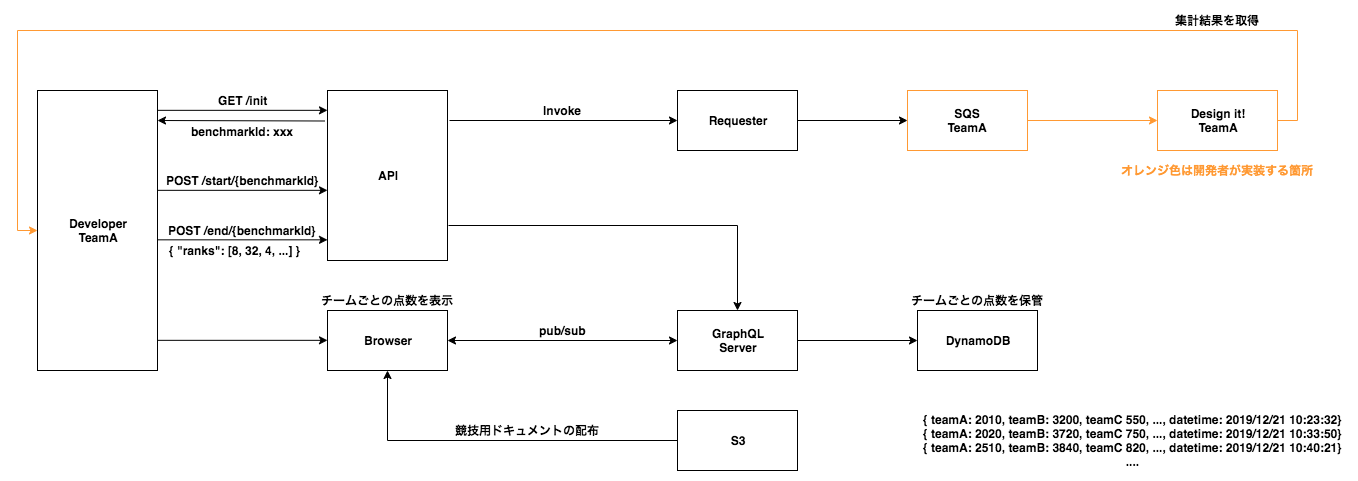
The draw.io diagram score-board.png in serverless-workshops/voting-workshop, before a commit. Source tidied: cells renumbered, new cells last; positions are measured from the earlier drawing's top-left corner, leaving out a move shared by most shapes. Source of this version:
```xml
<mxGraphModel>
  <root>
    <mxCell id="0" />
    <mxCell id="1" parent="0" />
    <mxCell id="2" style="edgeStyle=orthogonalEdgeStyle;rounded=0;jettySize=auto;html=1;exitX=1;exitY=0.5;exitDx=0;exitDy=0;" parent="1" edge="1" source="3" target="8">
      <mxGeometry relative="1" as="geometry" />
    </mxCell>
    <mxCell id="3" value="&lt;b&gt;Requester&lt;/b&gt;" style="rounded=0;whiteSpace=wrap;html=1;" parent="1" vertex="1">
      <mxGeometry x="660" y="80" width="120" height="60" as="geometry" />
    </mxCell>
    <mxCell id="4" style="edgeStyle=orthogonalEdgeStyle;rounded=0;jettySize=auto;html=1;exitX=1;exitY=0.5;exitDx=0;exitDy=0;entryX=0;entryY=0.5;entryDx=0;entryDy=0;" parent="1" edge="1" source="5" target="6">
      <mxGeometry relative="1" as="geometry" />
    </mxCell>
    <mxCell id="5" value="&lt;b&gt;GraphQL&lt;br&gt;Server&lt;br&gt;&lt;/b&gt;" style="rounded=0;whiteSpace=wrap;html=1;" parent="1" vertex="1">
      <mxGeometry x="660" y="300" width="120" height="60" as="geometry" />
    </mxCell>
    <mxCell id="6" value="&lt;b&gt;DynamoDB&lt;br&gt;&lt;/b&gt;" style="rounded=0;whiteSpace=wrap;html=1;" parent="1" vertex="1">
      <mxGeometry x="900" y="300" width="120" height="60" as="geometry" />
    </mxCell>
    <mxCell id="7" style="edgeStyle=orthogonalEdgeStyle;rounded=0;jettySize=auto;html=1;exitX=1;exitY=0.5;exitDx=0;exitDy=0;strokeColor=#FF9933;" parent="1" edge="1" source="8" target="19">
      <mxGeometry relative="1" as="geometry" />
    </mxCell>
    <mxCell id="8" value="&lt;b&gt;SQS&lt;br&gt;TeamA&lt;br&gt;&lt;/b&gt;" style="rounded=0;whiteSpace=wrap;html=1;strokeColor=#FF9933;" parent="1" vertex="1">
      <mxGeometry x="890" y="80" width="120" height="60" as="geometry" />
    </mxCell>
    <mxCell id="9" style="edgeStyle=orthogonalEdgeStyle;rounded=0;jettySize=auto;html=1;" parent="1" edge="1" target="3">
      <mxGeometry relative="1" as="geometry">
        <mxPoint x="432" y="110" as="sourcePoint" />
      </mxGeometry>
    </mxCell>
    <mxCell id="10" value="&lt;b&gt;Developer&lt;br&gt;TeamA&lt;br&gt;&lt;/b&gt;" style="rounded=0;whiteSpace=wrap;html=1;" parent="1" vertex="1">
      <mxGeometry x="20" y="80" width="120" height="280" as="geometry" />
    </mxCell>
    <mxCell id="11" value="&lt;b&gt;API&lt;br&gt;&lt;/b&gt;" style="rounded=0;whiteSpace=wrap;html=1;" parent="1" vertex="1">
      <mxGeometry x="310" y="80" width="120" height="170" as="geometry" />
    </mxCell>
    <mxCell id="12" style="edgeStyle=orthogonalEdgeStyle;rounded=0;jettySize=auto;html=1;exitX=1.008;exitY=0.794;exitDx=0;exitDy=0;exitPerimeter=0;" parent="1" edge="1" source="11" target="5">
      <mxGeometry relative="1" as="geometry" />
    </mxCell>
    <mxCell id="13" value="benchmarkId: xxx" style="text;html=1;align=center;verticalAlign=middle;fontStyle=1;" parent="1" vertex="1">
      <mxGeometry x="165" y="110.5" width="120" height="20" as="geometry" />
    </mxCell>
    <mxCell id="14" value="GET /init" style="text;html=1;align=center;verticalAlign=middle;fontStyle=1;" parent="1" vertex="1">
      <mxGeometry x="195" y="80" width="60" height="20" as="geometry" />
    </mxCell>
    <mxCell id="15" style="edgeStyle=orthogonalEdgeStyle;rounded=0;orthogonalLoop=1;jettySize=auto;html=1;exitX=1;exitY=0.118;exitDx=0;exitDy=0;entryX=0;entryY=0.25;entryDx=0;entryDy=0;exitPerimeter=0;" parent="1" edge="1">
      <mxGeometry relative="1" as="geometry">
        <mxPoint x="140" y="229.3" as="sourcePoint" />
        <mxPoint x="310" y="229.3" as="targetPoint" />
      </mxGeometry>
    </mxCell>
    <mxCell id="16" value="POST /end/{benchmarkId}" style="text;html=1;align=center;verticalAlign=middle;fontStyle=1;" parent="1" vertex="1">
      <mxGeometry x="145" y="210" width="160" height="20" as="geometry" />
    </mxCell>
    <mxCell id="17" value="{ &quot;ranks&quot;: [8, 32, 4, ...] }" style="text;html=1;align=left;verticalAlign=middle;fontStyle=1;" parent="1" vertex="1">
      <mxGeometry x="150" y="230" width="150" height="20" as="geometry" />
    </mxCell>
    <mxCell id="18" style="edgeStyle=orthogonalEdgeStyle;rounded=0;jettySize=auto;html=1;exitX=1;exitY=0.5;exitDx=0;exitDy=0;entryX=0;entryY=0.5;entryDx=0;entryDy=0;strokeColor=#FF9933;" parent="1" edge="1" source="19" target="10">
      <mxGeometry relative="1" as="geometry">
        <Array as="points">
          <mxPoint x="1280" y="110" />
          <mxPoint x="1280" y="20" />
          <mxPoint y="20" />
          <mxPoint y="220" />
        </Array>
      </mxGeometry>
    </mxCell>
    <mxCell id="19" value="&lt;b&gt;Design it!&lt;br&gt;TeamA&lt;br&gt;&lt;/b&gt;" style="rounded=0;whiteSpace=wrap;html=1;strokeColor=#FF9933;" parent="1" vertex="1">
      <mxGeometry x="1140" y="80" width="120" height="60" as="geometry" />
    </mxCell>
    <mxCell id="20" style="edgeStyle=orthogonalEdgeStyle;rounded=0;orthogonalLoop=1;jettySize=auto;html=1;exitX=1;exitY=0.118;exitDx=0;exitDy=0;entryX=0;entryY=0.25;entryDx=0;entryDy=0;exitPerimeter=0;" parent="1" edge="1">
      <mxGeometry relative="1" as="geometry">
        <mxPoint x="140" y="99.8" as="sourcePoint" />
        <mxPoint x="310" y="99.8" as="targetPoint" />
      </mxGeometry>
    </mxCell>
    <mxCell id="21" style="edgeStyle=orthogonalEdgeStyle;rounded=0;orthogonalLoop=1;jettySize=auto;html=1;exitX=1;exitY=0.118;exitDx=0;exitDy=0;entryX=0;entryY=0.25;entryDx=0;entryDy=0;exitPerimeter=0;" parent="1" edge="1">
      <mxGeometry relative="1" as="geometry">
        <mxPoint x="140" y="329.8" as="sourcePoint" />
        <mxPoint x="310" y="329.8" as="targetPoint" />
      </mxGeometry>
    </mxCell>
    <mxCell id="22" value="&lt;b&gt;Browser&lt;br&gt;&lt;/b&gt;" style="rounded=0;whiteSpace=wrap;html=1;" parent="1" vertex="1">
      <mxGeometry x="310" y="300" width="120" height="60" as="geometry" />
    </mxCell>
    <mxCell id="23" style="endArrow=classic;startArrow=classic;html=1;entryX=0;entryY=0.5;entryDx=0;entryDy=0;" parent="1" edge="1" target="5">
      <mxGeometry relative="1" as="geometry">
        <mxPoint x="430" y="330" as="sourcePoint" />
      </mxGeometry>
    </mxCell>
    <mxCell id="24" value="&lt;b&gt;pub/sub&lt;/b&gt;" style="text;html=1;align=center;verticalAlign=middle;" parent="1" vertex="1">
      <mxGeometry x="515" y="310" width="60" height="20" as="geometry" />
    </mxCell>
    <mxCell id="25" value="&lt;b&gt;チームごとの点数を表示&lt;/b&gt;" style="text;html=1;align=center;verticalAlign=middle;" parent="1" vertex="1">
      <mxGeometry x="295" y="280" width="150" height="20" as="geometry" />
    </mxCell>
    <mxCell id="26" value="Invoke" style="text;html=1;align=center;verticalAlign=middle;fontStyle=1;" parent="1" vertex="1">
      <mxGeometry x="520" y="90" width="50" height="20" as="geometry" />
    </mxCell>
    <mxCell id="27" style="endArrow=classic;html=1;strokeColor=#000000;" parent="1" edge="1">
      <mxGeometry relative="1" as="geometry">
        <mxPoint x="307" y="110.5" as="sourcePoint" />
        <mxPoint x="140" y="110" as="targetPoint" />
      </mxGeometry>
    </mxCell>
    <mxCell id="28" value="&lt;b&gt;{ teamA: 2010, teamB: 3200, teamC 550, ..., datetime: 2019/12/21 10:23:32}&lt;br&gt;&lt;/b&gt;&lt;b&gt;{ teamA: 2020, teamB: 3720, teamC 750, ..., datetime: 2019/12/21 10:33:50}&lt;br&gt;&lt;/b&gt;&lt;b&gt;{ teamA: 2510, teamB: 3840, teamC 820, ..., datetime: 2019/12/21 10:40:21}&lt;/b&gt;&lt;b&gt;&lt;br&gt;&lt;/b&gt;&lt;b&gt;....&lt;br&gt;&lt;/b&gt;" style="text;html=1;align=center;verticalAlign=middle;" parent="1" vertex="1">
      <mxGeometry x="900" y="400" width="430" height="60" as="geometry" />
    </mxCell>
    <mxCell id="29" value="&lt;b&gt;集計結果を取得&lt;/b&gt;" style="text;html=1;align=center;verticalAlign=middle;" parent="1" vertex="1">
      <mxGeometry x="1150" width="100" height="20" as="geometry" />
    </mxCell>
    <mxCell id="30" style="edgeStyle=orthogonalEdgeStyle;rounded=0;jettySize=auto;html=1;exitX=0;exitY=0.5;exitDx=0;exitDy=0;entryX=0.5;entryY=1;entryDx=0;entryDy=0;strokeColor=#000000;" parent="1" edge="1" source="31" target="22">
      <mxGeometry relative="1" as="geometry" />
    </mxCell>
    <mxCell id="31" value="&lt;b&gt;S3&lt;br&gt;&lt;/b&gt;" style="rounded=0;whiteSpace=wrap;html=1;" parent="1" vertex="1">
      <mxGeometry x="660" y="400" width="120" height="60" as="geometry" />
    </mxCell>
    <mxCell id="32" value="&lt;b&gt;競技用ドキュメントの配布&lt;/b&gt;" style="text;html=1;align=center;verticalAlign=middle;" parent="1" vertex="1">
      <mxGeometry x="430" y="410" width="160" height="20" as="geometry" />
    </mxCell>
    <mxCell id="33" value="&lt;b&gt;チームごとの点数を保管&lt;/b&gt;" style="text;html=1;align=center;verticalAlign=middle;" parent="1" vertex="1">
      <mxGeometry x="885" y="280" width="150" height="20" as="geometry" />
    </mxCell>
    <mxCell id="34" value="&lt;b&gt;&lt;font color=&quot;#ff9933&quot;&gt;オレンジ色は開発者が実装する箇所&lt;/font&gt;&lt;/b&gt;" style="text;html=1;align=center;verticalAlign=middle;" parent="1" vertex="1">
      <mxGeometry x="1095" y="150" width="210" height="20" as="geometry" />
    </mxCell>
    <mxCell id="35" value="POST /start/{benchmarkId}" style="text;html=1;align=center;verticalAlign=middle;fontStyle=1;" parent="1" vertex="1">
      <mxGeometry x="140" y="160" width="170" height="20" as="geometry" />
    </mxCell>
    <mxCell id="36" style="edgeStyle=orthogonalEdgeStyle;rounded=0;orthogonalLoop=1;jettySize=auto;html=1;exitX=1;exitY=0.118;exitDx=0;exitDy=0;entryX=0;entryY=0.25;entryDx=0;entryDy=0;exitPerimeter=0;" parent="1" edge="1">
      <mxGeometry relative="1" as="geometry">
        <mxPoint x="140" y="179.8" as="sourcePoint" />
        <mxPoint x="310" y="179.8" as="targetPoint" />
      </mxGeometry>
    </mxCell>
  </root>
</mxGraphModel>
```
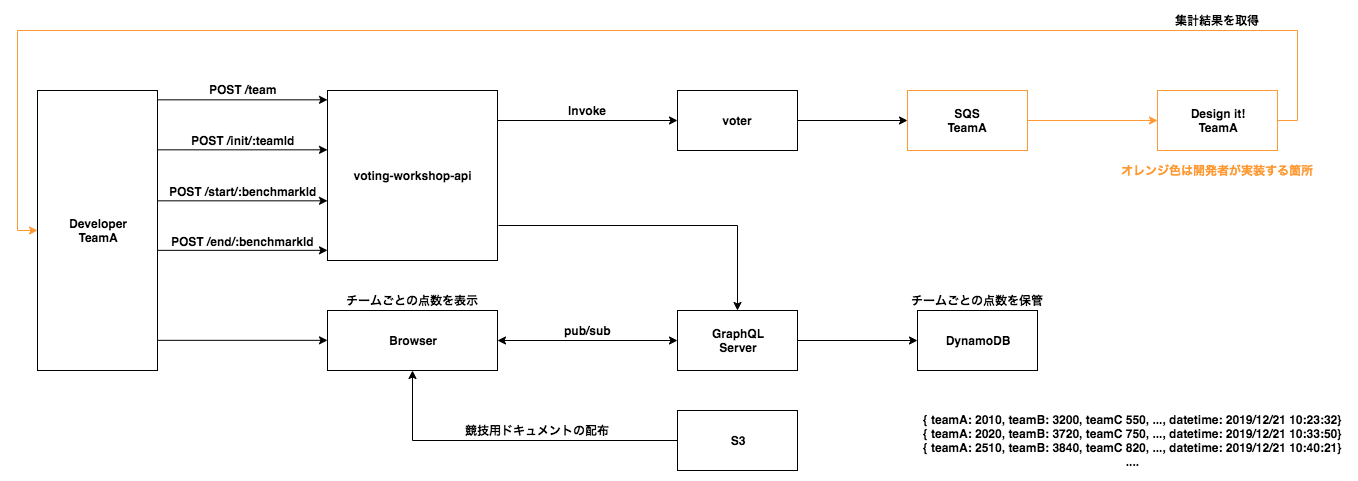
The same diagram one commit later.

Change to the diagram source:
```diff
@@ -5,7 +5,7 @@
     <mxCell id="2" style="edgeStyle=orthogonalEdgeStyle;rounded=0;jettySize=auto;html=1;exitX=1;exitY=0.5;exitDx=0;exitDy=0;" parent="1" edge="1" source="3" target="8">
       <mxGeometry relative="1" as="geometry" />
     </mxCell>
-    <mxCell id="3" value="&lt;b&gt;Requester&lt;/b&gt;" style="rounded=0;whiteSpace=wrap;html=1;" parent="1" vertex="1">
+    <mxCell id="3" value="&lt;b&gt;voter&lt;br&gt;&lt;/b&gt;" style="rounded=0;whiteSpace=wrap;html=1;" parent="1" vertex="1">
       <mxGeometry x="660" y="80" width="120" height="60" as="geometry" />
     </mxCell>
     <mxCell id="4" style="edgeStyle=orthogonalEdgeStyle;rounded=0;jettySize=auto;html=1;exitX=1;exitY=0.5;exitDx=0;exitDy=0;entryX=0;entryY=0.5;entryDx=0;entryDy=0;" parent="1" edge="1" source="5" target="6">
@@ -31,30 +31,24 @@
     <mxCell id="10" value="&lt;b&gt;Developer&lt;br&gt;TeamA&lt;br&gt;&lt;/b&gt;" style="rounded=0;whiteSpace=wrap;html=1;" parent="1" vertex="1">
       <mxGeometry x="20" y="80" width="120" height="280" as="geometry" />
     </mxCell>
-    <mxCell id="11" value="&lt;b&gt;API&lt;br&gt;&lt;/b&gt;" style="rounded=0;whiteSpace=wrap;html=1;" parent="1" vertex="1">
-      <mxGeometry x="310" y="80" width="120" height="170" as="geometry" />
+    <mxCell id="11" value="&lt;b&gt;voting-workshop-api&lt;br&gt;&lt;/b&gt;" style="rounded=0;whiteSpace=wrap;html=1;" parent="1" vertex="1">
+      <mxGeometry x="310" y="80" width="170" height="170" as="geometry" />
     </mxCell>
     <mxCell id="12" style="edgeStyle=orthogonalEdgeStyle;rounded=0;jettySize=auto;html=1;exitX=1.008;exitY=0.794;exitDx=0;exitDy=0;exitPerimeter=0;" parent="1" edge="1" source="11" target="5">
       <mxGeometry relative="1" as="geometry" />
     </mxCell>
-    <mxCell id="13" value="benchmarkId: xxx" style="text;html=1;align=center;verticalAlign=middle;fontStyle=1;" parent="1" vertex="1">
-      <mxGeometry x="165" y="110.5" width="120" height="20" as="geometry" />
-    </mxCell>
-    <mxCell id="14" value="GET /init" style="text;html=1;align=center;verticalAlign=middle;fontStyle=1;" parent="1" vertex="1">
-      <mxGeometry x="195" y="80" width="60" height="20" as="geometry" />
+    <mxCell id="14" value="POST /init/:teamId" style="text;html=1;align=center;verticalAlign=middle;fontStyle=1;" parent="1" vertex="1">
+      <mxGeometry x="165" y="119.5" width="120" height="20" as="geometry" />
     </mxCell>
     <mxCell id="15" style="edgeStyle=orthogonalEdgeStyle;rounded=0;orthogonalLoop=1;jettySize=auto;html=1;exitX=1;exitY=0.118;exitDx=0;exitDy=0;entryX=0;entryY=0.25;entryDx=0;entryDy=0;exitPerimeter=0;" parent="1" edge="1">
       <mxGeometry relative="1" as="geometry">
-        <mxPoint x="140" y="229.3" as="sourcePoint" />
-        <mxPoint x="310" y="229.3" as="targetPoint" />
+        <mxPoint x="140" y="239.8" as="sourcePoint" />
+        <mxPoint x="310" y="239.8" as="targetPoint" />
       </mxGeometry>
     </mxCell>
-    <mxCell id="16" value="POST /end/{benchmarkId}" style="text;html=1;align=center;verticalAlign=middle;fontStyle=1;" parent="1" vertex="1">
-      <mxGeometry x="145" y="210" width="160" height="20" as="geometry" />
+    <mxCell id="16" value="POST /end/:benchmarkId" style="text;html=1;align=center;verticalAlign=middle;fontStyle=1;" parent="1" vertex="1">
+      <mxGeometry x="145" y="220.5" width="160" height="20" as="geometry" />
     </mxCell>
-    <mxCell id="17" value="{ &quot;ranks&quot;: [8, 32, 4, ...] }" style="text;html=1;align=left;verticalAlign=middle;fontStyle=1;" parent="1" vertex="1">
-      <mxGeometry x="150" y="230" width="150" height="20" as="geometry" />
-    </mxCell>
     <mxCell id="18" style="edgeStyle=orthogonalEdgeStyle;rounded=0;jettySize=auto;html=1;exitX=1;exitY=0.5;exitDx=0;exitDy=0;entryX=0;entryY=0.5;entryDx=0;entryDy=0;strokeColor=#FF9933;" parent="1" edge="1" source="19" target="10">
       <mxGeometry relative="1" as="geometry">
         <Array as="points">
@@ -70,8 +64,8 @@
     </mxCell>
     <mxCell id="20" style="edgeStyle=orthogonalEdgeStyle;rounded=0;orthogonalLoop=1;jettySize=auto;html=1;exitX=1;exitY=0.118;exitDx=0;exitDy=0;entryX=0;entryY=0.25;entryDx=0;entryDy=0;exitPerimeter=0;" parent="1" edge="1">
       <mxGeometry relative="1" as="geometry">
-        <mxPoint x="140" y="99.8" as="sourcePoint" />
-        <mxPoint x="310" y="99.8" as="targetPoint" />
+        <mxPoint x="140" y="139.3" as="sourcePoint" />
+        <mxPoint x="310" y="139.3" as="targetPoint" />
       </mxGeometry>
     </mxCell>
     <mxCell id="21" style="edgeStyle=orthogonalEdgeStyle;rounded=0;orthogonalLoop=1;jettySize=auto;html=1;exitX=1;exitY=0.118;exitDx=0;exitDy=0;entryX=0;entryY=0.25;entryDx=0;entryDy=0;exitPerimeter=0;" parent="1" edge="1">
@@ -81,28 +75,22 @@
       </mxGeometry>
     </mxCell>
     <mxCell id="22" value="&lt;b&gt;Browser&lt;br&gt;&lt;/b&gt;" style="rounded=0;whiteSpace=wrap;html=1;" parent="1" vertex="1">
-      <mxGeometry x="310" y="300" width="120" height="60" as="geometry" />
+      <mxGeometry x="310" y="300" width="170" height="60" as="geometry" />
     </mxCell>
     <mxCell id="23" style="endArrow=classic;startArrow=classic;html=1;entryX=0;entryY=0.5;entryDx=0;entryDy=0;" parent="1" edge="1" target="5">
       <mxGeometry relative="1" as="geometry">
-        <mxPoint x="430" y="330" as="sourcePoint" />
+        <mxPoint x="480" y="330" as="sourcePoint" />
       </mxGeometry>
     </mxCell>
     <mxCell id="24" value="&lt;b&gt;pub/sub&lt;/b&gt;" style="text;html=1;align=center;verticalAlign=middle;" parent="1" vertex="1">
-      <mxGeometry x="515" y="310" width="60" height="20" as="geometry" />
+      <mxGeometry x="540" y="310" width="60" height="20" as="geometry" />
     </mxCell>
     <mxCell id="25" value="&lt;b&gt;チームごとの点数を表示&lt;/b&gt;" style="text;html=1;align=center;verticalAlign=middle;" parent="1" vertex="1">
-      <mxGeometry x="295" y="280" width="150" height="20" as="geometry" />
+      <mxGeometry x="320" y="280" width="150" height="20" as="geometry" />
     </mxCell>
     <mxCell id="26" value="Invoke" style="text;html=1;align=center;verticalAlign=middle;fontStyle=1;" parent="1" vertex="1">
-      <mxGeometry x="520" y="90" width="50" height="20" as="geometry" />
+      <mxGeometry x="545" y="90" width="50" height="20" as="geometry" />
     </mxCell>
-    <mxCell id="27" style="endArrow=classic;html=1;strokeColor=#000000;" parent="1" edge="1">
-      <mxGeometry relative="1" as="geometry">
-        <mxPoint x="307" y="110.5" as="sourcePoint" />
-        <mxPoint x="140" y="110" as="targetPoint" />
-      </mxGeometry>
-    </mxCell>
     <mxCell id="28" value="&lt;b&gt;{ teamA: 2010, teamB: 3200, teamC 550, ..., datetime: 2019/12/21 10:23:32}&lt;br&gt;&lt;/b&gt;&lt;b&gt;{ teamA: 2020, teamB: 3720, teamC 750, ..., datetime: 2019/12/21 10:33:50}&lt;br&gt;&lt;/b&gt;&lt;b&gt;{ teamA: 2510, teamB: 3840, teamC 820, ..., datetime: 2019/12/21 10:40:21}&lt;/b&gt;&lt;b&gt;&lt;br&gt;&lt;/b&gt;&lt;b&gt;....&lt;br&gt;&lt;/b&gt;" style="text;html=1;align=center;verticalAlign=middle;" parent="1" vertex="1">
       <mxGeometry x="900" y="400" width="430" height="60" as="geometry" />
     </mxCell>
@@ -116,7 +104,7 @@
       <mxGeometry x="660" y="400" width="120" height="60" as="geometry" />
     </mxCell>
     <mxCell id="32" value="&lt;b&gt;競技用ドキュメントの配布&lt;/b&gt;" style="text;html=1;align=center;verticalAlign=middle;" parent="1" vertex="1">
-      <mxGeometry x="430" y="410" width="160" height="20" as="geometry" />
+      <mxGeometry x="440" y="410" width="160" height="20" as="geometry" />
     </mxCell>
     <mxCell id="33" value="&lt;b&gt;チームごとの点数を保管&lt;/b&gt;" style="text;html=1;align=center;verticalAlign=middle;" parent="1" vertex="1">
       <mxGeometry x="885" y="280" width="150" height="20" as="geometry" />
@@ -124,14 +112,23 @@
     <mxCell id="34" value="&lt;b&gt;&lt;font color=&quot;#ff9933&quot;&gt;オレンジ色は開発者が実装する箇所&lt;/font&gt;&lt;/b&gt;" style="text;html=1;align=center;verticalAlign=middle;" parent="1" vertex="1">
       <mxGeometry x="1095" y="150" width="210" height="20" as="geometry" />
     </mxCell>
-    <mxCell id="35" value="POST /start/{benchmarkId}" style="text;html=1;align=center;verticalAlign=middle;fontStyle=1;" parent="1" vertex="1">
-      <mxGeometry x="140" y="160" width="170" height="20" as="geometry" />
+    <mxCell id="35" value="POST /start/:benchmarkId" style="text;html=1;align=center;verticalAlign=middle;fontStyle=1;" parent="1" vertex="1">
+      <mxGeometry x="145" y="170.5" width="160" height="20" as="geometry" />
     </mxCell>
     <mxCell id="36" style="edgeStyle=orthogonalEdgeStyle;rounded=0;orthogonalLoop=1;jettySize=auto;html=1;exitX=1;exitY=0.118;exitDx=0;exitDy=0;entryX=0;entryY=0.25;entryDx=0;entryDy=0;exitPerimeter=0;" parent="1" edge="1">
       <mxGeometry relative="1" as="geometry">
-        <mxPoint x="140" y="179.8" as="sourcePoint" />
-        <mxPoint x="310" y="179.8" as="targetPoint" />
+        <mxPoint x="140" y="190.3" as="sourcePoint" />
+        <mxPoint x="310" y="190.3" as="targetPoint" />
       </mxGeometry>
     </mxCell>
+    <mxCell id="37" value="POST /team" style="text;html=1;align=center;verticalAlign=middle;fontStyle=1;" parent="1" vertex="1">
+      <mxGeometry x="185" y="68.5" width="80" height="20" as="geometry" />
+    </mxCell>
+    <mxCell id="38" style="edgeStyle=orthogonalEdgeStyle;rounded=0;orthogonalLoop=1;jettySize=auto;html=1;exitX=1;exitY=0.118;exitDx=0;exitDy=0;entryX=0;entryY=0.25;entryDx=0;entryDy=0;exitPerimeter=0;" parent="1" edge="1">
+      <mxGeometry relative="1" as="geometry">
+        <mxPoint x="140" y="89.3" as="sourcePoint" />
+        <mxPoint x="310" y="89.3" as="targetPoint" />
+      </mxGeometry>
+    </mxCell>
   </root>
 </mxGraphModel>
```
